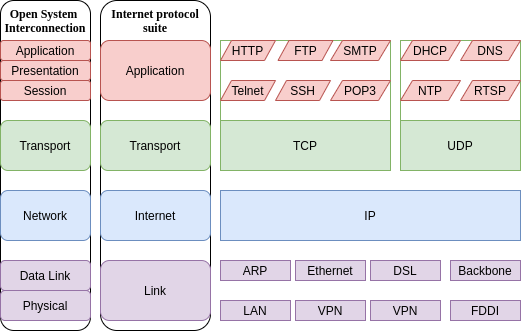
Before: images/Web_Layers.png, a diagram exported from draw.io (JAS0NHUANG/diary). Source tidied: cells renumbered, new cells last; positions are measured from the earlier drawing's top-left corner, leaving out a move shared by most shapes. Its diagram source:
```xml
<mxGraphModel>
  <root>
    <mxCell id="0" />
    <mxCell id="1" parent="0" />
    <mxCell id="2" style="rounded=1;whiteSpace=wrap;html=1;fillColor=none;fontFamily=Verdana;" parent="1" vertex="1">
      <mxGeometry x="100" width="110" height="330" as="geometry" />
    </mxCell>
    <mxCell id="3" style="rounded=1;whiteSpace=wrap;html=1;fillColor=none;fontFamily=Verdana;" parent="1" vertex="1">
      <mxGeometry width="90" height="330" as="geometry" />
    </mxCell>
    <mxCell id="4" style="rounded=0;whiteSpace=wrap;html=1;fontFamily=Verdana;fillColor=none;strokeColor=#82b366;" parent="1" vertex="1">
      <mxGeometry x="400" y="40" width="120" height="130" as="geometry" />
    </mxCell>
    <mxCell id="5" style="rounded=0;whiteSpace=wrap;html=1;fontFamily=Verdana;fillColor=none;strokeColor=#82b366;" parent="1" vertex="1">
      <mxGeometry x="220" y="40" width="170" height="130" as="geometry" />
    </mxCell>
    <mxCell id="6" value="Application" style="rounded=1;whiteSpace=wrap;html=1;fillColor=#f8cecc;strokeColor=#b85450;" parent="1" vertex="1">
      <mxGeometry x="100" y="40" width="110" height="60" as="geometry" />
    </mxCell>
    <mxCell id="7" value="Transport" style="rounded=1;whiteSpace=wrap;html=1;fillColor=#d5e8d4;strokeColor=#82b366;" parent="1" vertex="1">
      <mxGeometry x="100" y="120" width="110" height="50" as="geometry" />
    </mxCell>
    <mxCell id="8" value="Internet" style="rounded=1;whiteSpace=wrap;html=1;fillColor=#dae8fc;strokeColor=#6c8ebf;" parent="1" vertex="1">
      <mxGeometry x="100" y="190" width="110" height="50" as="geometry" />
    </mxCell>
    <mxCell id="9" value="Link" style="rounded=1;whiteSpace=wrap;html=1;fillColor=#e1d5e7;strokeColor=#9673a6;" parent="1" vertex="1">
      <mxGeometry x="100" y="260" width="110" height="60" as="geometry" />
    </mxCell>
    <mxCell id="10" value="&lt;b&gt;Internet protocol&lt;br&gt;&lt;div&gt;&lt;b&gt;suite&lt;/b&gt;&lt;/div&gt;&lt;/b&gt;" style="text;whiteSpace=wrap;html=1;align=center;fontFamily=Verdana;" parent="1" vertex="1">
      <mxGeometry x="100" width="110" height="40" as="geometry" />
    </mxCell>
    <mxCell id="11" value="&lt;span class=&quot;text_import2&quot;&gt;Open System &lt;br&gt;Interconnection&lt;/span&gt;" style="text;whiteSpace=wrap;html=1;align=center;fontFamily=Verdana;fontStyle=1;" parent="1" vertex="1">
      <mxGeometry width="90" height="50" as="geometry" />
    </mxCell>
    <mxCell id="12" value="Session" style="rounded=1;whiteSpace=wrap;html=1;fillColor=#f8cecc;strokeColor=#b85450;" parent="1" vertex="1">
      <mxGeometry y="80" width="90" height="20" as="geometry" />
    </mxCell>
    <mxCell id="13" value="Transport" style="rounded=1;whiteSpace=wrap;html=1;fillColor=#d5e8d4;strokeColor=#82b366;" parent="1" vertex="1">
      <mxGeometry y="120" width="90" height="50" as="geometry" />
    </mxCell>
    <mxCell id="14" value="Network" style="rounded=1;whiteSpace=wrap;html=1;fillColor=#dae8fc;strokeColor=#6c8ebf;" parent="1" vertex="1">
      <mxGeometry y="190" width="90" height="50" as="geometry" />
    </mxCell>
    <mxCell id="15" value="Data Link" style="rounded=1;whiteSpace=wrap;html=1;fillColor=#e1d5e7;strokeColor=#9673a6;" parent="1" vertex="1">
      <mxGeometry y="260" width="90" height="30" as="geometry" />
    </mxCell>
    <mxCell id="16" value="HTTP" style="shape=parallelogram;perimeter=parallelogramPerimeter;whiteSpace=wrap;html=1;fillColor=#f8cecc;strokeColor=#b85450;" parent="1" vertex="1">
      <mxGeometry x="220" y="40" width="55" height="20" as="geometry" />
    </mxCell>
    <mxCell id="17" value="FTP" style="shape=parallelogram;perimeter=parallelogramPerimeter;whiteSpace=wrap;html=1;fillColor=#f8cecc;strokeColor=#b85450;" parent="1" vertex="1">
      <mxGeometry x="277.5" y="40" width="55" height="20" as="geometry" />
    </mxCell>
    <mxCell id="18" value="SSH" style="shape=parallelogram;perimeter=parallelogramPerimeter;whiteSpace=wrap;html=1;fillColor=#f8cecc;strokeColor=#b85450;" parent="1" vertex="1">
      <mxGeometry x="275" y="80" width="55" height="20" as="geometry" />
    </mxCell>
    <mxCell id="19" value="SMTP" style="shape=parallelogram;perimeter=parallelogramPerimeter;whiteSpace=wrap;html=1;fillColor=#f8cecc;strokeColor=#b85450;" parent="1" vertex="1">
      <mxGeometry x="330" y="40" width="60" height="20" as="geometry" />
    </mxCell>
    <mxCell id="20" value="Telnet" style="shape=parallelogram;perimeter=parallelogramPerimeter;whiteSpace=wrap;html=1;fillColor=#f8cecc;strokeColor=#b85450;" parent="1" vertex="1">
      <mxGeometry x="220" y="80" width="55" height="20" as="geometry" />
    </mxCell>
    <mxCell id="21" value="DHCP" style="shape=parallelogram;perimeter=parallelogramPerimeter;whiteSpace=wrap;html=1;fillColor=#f8cecc;strokeColor=#b85450;" parent="1" vertex="1">
      <mxGeometry x="400" y="40" width="60" height="20" as="geometry" />
    </mxCell>
    <mxCell id="22" value="NTP" style="shape=parallelogram;perimeter=parallelogramPerimeter;whiteSpace=wrap;html=1;fillColor=#f8cecc;strokeColor=#b85450;" parent="1" vertex="1">
      <mxGeometry x="400" y="80" width="60" height="20" as="geometry" />
    </mxCell>
    <mxCell id="23" value="DNS" style="shape=parallelogram;perimeter=parallelogramPerimeter;whiteSpace=wrap;html=1;fillColor=#f8cecc;strokeColor=#b85450;" parent="1" vertex="1">
      <mxGeometry x="460" y="40" width="60" height="20" as="geometry" />
    </mxCell>
    <mxCell id="24" value="RTSP" style="shape=parallelogram;perimeter=parallelogramPerimeter;whiteSpace=wrap;html=1;fillColor=#f8cecc;strokeColor=#b85450;" parent="1" vertex="1">
      <mxGeometry x="460" y="80" width="60" height="20" as="geometry" />
    </mxCell>
    <mxCell id="25" value="TCP" style="rounded=0;whiteSpace=wrap;html=1;fillColor=#d5e8d4;strokeColor=#82b366;" parent="1" vertex="1">
      <mxGeometry x="220" y="120" width="170" height="50" as="geometry" />
    </mxCell>
    <mxCell id="26" value="UDP" style="rounded=0;whiteSpace=wrap;html=1;fillColor=#d5e8d4;strokeColor=#82b366;" parent="1" vertex="1">
      <mxGeometry x="400" y="120" width="120" height="50" as="geometry" />
    </mxCell>
    <mxCell id="27" value="IP" style="rounded=0;whiteSpace=wrap;html=1;fillColor=#dae8fc;strokeColor=#6c8ebf;" parent="1" vertex="1">
      <mxGeometry x="220" y="190" width="300" height="50" as="geometry" />
    </mxCell>
    <mxCell id="28" value="ARP" style="rounded=0;whiteSpace=wrap;html=1;fillColor=#e1d5e7;strokeColor=#9673a6;" parent="1" vertex="1">
      <mxGeometry x="220" y="260" width="70" height="20" as="geometry" />
    </mxCell>
    <mxCell id="29" value="Ethernet" style="rounded=0;whiteSpace=wrap;html=1;fillColor=#e1d5e7;strokeColor=#9673a6;" parent="1" vertex="1">
      <mxGeometry x="295" y="260" width="70" height="20" as="geometry" />
    </mxCell>
    <mxCell id="30" value="DSL" style="rounded=0;whiteSpace=wrap;html=1;fillColor=#e1d5e7;strokeColor=#9673a6;" parent="1" vertex="1">
      <mxGeometry x="370" y="260" width="70" height="20" as="geometry" />
    </mxCell>
    <mxCell id="31" value="Backbone" style="rounded=0;whiteSpace=wrap;html=1;fillColor=#e1d5e7;strokeColor=#9673a6;" parent="1" vertex="1">
      <mxGeometry x="450" y="260" width="70" height="20" as="geometry" />
    </mxCell>
    <mxCell id="32" value="&lt;span&gt;LAN&lt;/span&gt;" style="rounded=0;whiteSpace=wrap;html=1;fillColor=#e1d5e7;strokeColor=#9673a6;" parent="1" vertex="1">
      <mxGeometry x="220" y="300" width="70" height="20" as="geometry" />
    </mxCell>
    <mxCell id="33" value="&lt;span&gt;FDDI&lt;/span&gt;" style="rounded=0;whiteSpace=wrap;html=1;fillColor=#e1d5e7;strokeColor=#9673a6;" parent="1" vertex="1">
      <mxGeometry x="450" y="300" width="70" height="20" as="geometry" />
    </mxCell>
    <mxCell id="34" value="&lt;span&gt;VPN&lt;/span&gt;" style="rounded=0;whiteSpace=wrap;html=1;fillColor=#e1d5e7;strokeColor=#9673a6;" parent="1" vertex="1">
      <mxGeometry x="295" y="300" width="70" height="20" as="geometry" />
    </mxCell>
    <mxCell id="35" value="&lt;span&gt;VPN&lt;/span&gt;" style="rounded=0;whiteSpace=wrap;html=1;fillColor=#e1d5e7;strokeColor=#9673a6;" parent="1" vertex="1">
      <mxGeometry x="370" y="300" width="70" height="20" as="geometry" />
    </mxCell>
    <mxCell id="36" value="POP3" style="shape=parallelogram;perimeter=parallelogramPerimeter;whiteSpace=wrap;html=1;fillColor=#f8cecc;strokeColor=#b85450;" parent="1" vertex="1">
      <mxGeometry x="330" y="80" width="60" height="20" as="geometry" />
    </mxCell>
    <mxCell id="37" value="Presentation" style="rounded=1;whiteSpace=wrap;html=1;fillColor=#f8cecc;strokeColor=#b85450;" parent="1" vertex="1">
      <mxGeometry y="60" width="90" height="20" as="geometry" />
    </mxCell>
    <mxCell id="38" value="Application" style="rounded=1;whiteSpace=wrap;html=1;fillColor=#f8cecc;strokeColor=#b85450;" parent="1" vertex="1">
      <mxGeometry y="40" width="90" height="20" as="geometry" />
    </mxCell>
    <mxCell id="39" value="Physical" style="rounded=1;whiteSpace=wrap;html=1;fillColor=#e1d5e7;strokeColor=#9673a6;" parent="1" vertex="1">
      <mxGeometry y="290" width="90" height="30" as="geometry" />
    </mxCell>
  </root>
</mxGraphModel>
```
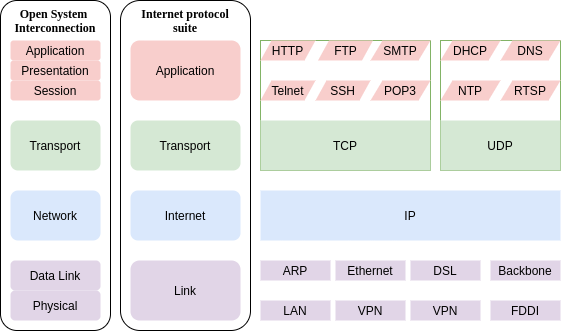
After the commit.

Diff of the diagram source:
```diff
@@ -3,10 +3,10 @@
     <mxCell id="0" />
     <mxCell id="1" parent="0" />
     <mxCell id="2" style="rounded=1;whiteSpace=wrap;html=1;fillColor=none;fontFamily=Verdana;" parent="1" vertex="1">
-      <mxGeometry x="100" width="110" height="330" as="geometry" />
+      <mxGeometry x="80" width="130" height="330" as="geometry" />
     </mxCell>
     <mxCell id="3" style="rounded=1;whiteSpace=wrap;html=1;fillColor=none;fontFamily=Verdana;" parent="1" vertex="1">
-      <mxGeometry width="90" height="330" as="geometry" />
+      <mxGeometry x="-40" width="110" height="330" as="geometry" />
     </mxCell>
     <mxCell id="4" style="rounded=0;whiteSpace=wrap;html=1;fontFamily=Verdana;fillColor=none;strokeColor=#82b366;" parent="1" vertex="1">
       <mxGeometry x="400" y="40" width="120" height="130" as="geometry" />
@@ -14,107 +14,107 @@
     <mxCell id="5" style="rounded=0;whiteSpace=wrap;html=1;fontFamily=Verdana;fillColor=none;strokeColor=#82b366;" parent="1" vertex="1">
       <mxGeometry x="220" y="40" width="170" height="130" as="geometry" />
     </mxCell>
-    <mxCell id="6" value="Application" style="rounded=1;whiteSpace=wrap;html=1;fillColor=#f8cecc;strokeColor=#b85450;" parent="1" vertex="1">
-      <mxGeometry x="100" y="40" width="110" height="60" as="geometry" />
+    <mxCell id="6" value="Application" style="rounded=1;whiteSpace=wrap;html=1;fillColor=#f8cecc;strokeColor=none;" parent="1" vertex="1">
+      <mxGeometry x="90" y="40" width="110" height="60" as="geometry" />
     </mxCell>
-    <mxCell id="7" value="Transport" style="rounded=1;whiteSpace=wrap;html=1;fillColor=#d5e8d4;strokeColor=#82b366;" parent="1" vertex="1">
-      <mxGeometry x="100" y="120" width="110" height="50" as="geometry" />
+    <mxCell id="7" value="Transport" style="rounded=1;whiteSpace=wrap;html=1;fillColor=#d5e8d4;strokeColor=none;" parent="1" vertex="1">
+      <mxGeometry x="90" y="120" width="110" height="50" as="geometry" />
     </mxCell>
-    <mxCell id="8" value="Internet" style="rounded=1;whiteSpace=wrap;html=1;fillColor=#dae8fc;strokeColor=#6c8ebf;" parent="1" vertex="1">
-      <mxGeometry x="100" y="190" width="110" height="50" as="geometry" />
+    <mxCell id="8" value="Internet" style="rounded=1;whiteSpace=wrap;html=1;fillColor=#dae8fc;strokeColor=none;" parent="1" vertex="1">
+      <mxGeometry x="90" y="190" width="110" height="50" as="geometry" />
     </mxCell>
-    <mxCell id="9" value="Link" style="rounded=1;whiteSpace=wrap;html=1;fillColor=#e1d5e7;strokeColor=#9673a6;" parent="1" vertex="1">
-      <mxGeometry x="100" y="260" width="110" height="60" as="geometry" />
+    <mxCell id="9" value="Link" style="rounded=1;whiteSpace=wrap;html=1;fillColor=#e1d5e7;strokeColor=none;" parent="1" vertex="1">
+      <mxGeometry x="90" y="260" width="110" height="60" as="geometry" />
     </mxCell>
     <mxCell id="10" value="&lt;b&gt;Internet protocol&lt;br&gt;&lt;div&gt;&lt;b&gt;suite&lt;/b&gt;&lt;/div&gt;&lt;/b&gt;" style="text;whiteSpace=wrap;html=1;align=center;fontFamily=Verdana;" parent="1" vertex="1">
-      <mxGeometry x="100" width="110" height="40" as="geometry" />
+      <mxGeometry x="90" width="110" height="40" as="geometry" />
     </mxCell>
     <mxCell id="11" value="&lt;span class=&quot;text_import2&quot;&gt;Open System &lt;br&gt;Interconnection&lt;/span&gt;" style="text;whiteSpace=wrap;html=1;align=center;fontFamily=Verdana;fontStyle=1;" parent="1" vertex="1">
-      <mxGeometry width="90" height="50" as="geometry" />
+      <mxGeometry x="-30" width="90" height="50" as="geometry" />
     </mxCell>
-    <mxCell id="12" value="Session" style="rounded=1;whiteSpace=wrap;html=1;fillColor=#f8cecc;strokeColor=#b85450;" parent="1" vertex="1">
-      <mxGeometry y="80" width="90" height="20" as="geometry" />
+    <mxCell id="12" value="Session" style="rounded=1;whiteSpace=wrap;html=1;fillColor=#f8cecc;strokeColor=none;" parent="1" vertex="1">
+      <mxGeometry x="-30" y="80" width="90" height="20" as="geometry" />
     </mxCell>
-    <mxCell id="13" value="Transport" style="rounded=1;whiteSpace=wrap;html=1;fillColor=#d5e8d4;strokeColor=#82b366;" parent="1" vertex="1">
-      <mxGeometry y="120" width="90" height="50" as="geometry" />
+    <mxCell id="13" value="Transport" style="rounded=1;whiteSpace=wrap;html=1;fillColor=#d5e8d4;strokeColor=none;" parent="1" vertex="1">
+      <mxGeometry x="-30" y="120" width="90" height="50" as="geometry" />
     </mxCell>
-    <mxCell id="14" value="Network" style="rounded=1;whiteSpace=wrap;html=1;fillColor=#dae8fc;strokeColor=#6c8ebf;" parent="1" vertex="1">
-      <mxGeometry y="190" width="90" height="50" as="geometry" />
+    <mxCell id="14" value="Network" style="rounded=1;whiteSpace=wrap;html=1;fillColor=#dae8fc;strokeColor=none;" parent="1" vertex="1">
+      <mxGeometry x="-30" y="190" width="90" height="50" as="geometry" />
     </mxCell>
-    <mxCell id="15" value="Data Link" style="rounded=1;whiteSpace=wrap;html=1;fillColor=#e1d5e7;strokeColor=#9673a6;" parent="1" vertex="1">
-      <mxGeometry y="260" width="90" height="30" as="geometry" />
+    <mxCell id="15" value="Data Link" style="rounded=1;whiteSpace=wrap;html=1;fillColor=#e1d5e7;strokeColor=none;" parent="1" vertex="1">
+      <mxGeometry x="-30" y="260" width="90" height="30" as="geometry" />
     </mxCell>
-    <mxCell id="16" value="HTTP" style="shape=parallelogram;perimeter=parallelogramPerimeter;whiteSpace=wrap;html=1;fillColor=#f8cecc;strokeColor=#b85450;" parent="1" vertex="1">
+    <mxCell id="16" value="HTTP" style="shape=parallelogram;perimeter=parallelogramPerimeter;whiteSpace=wrap;html=1;fillColor=#f8cecc;strokeColor=none;" parent="1" vertex="1">
       <mxGeometry x="220" y="40" width="55" height="20" as="geometry" />
     </mxCell>
-    <mxCell id="17" value="FTP" style="shape=parallelogram;perimeter=parallelogramPerimeter;whiteSpace=wrap;html=1;fillColor=#f8cecc;strokeColor=#b85450;" parent="1" vertex="1">
+    <mxCell id="17" value="FTP" style="shape=parallelogram;perimeter=parallelogramPerimeter;whiteSpace=wrap;html=1;fillColor=#f8cecc;strokeColor=none;" parent="1" vertex="1">
       <mxGeometry x="277.5" y="40" width="55" height="20" as="geometry" />
     </mxCell>
-    <mxCell id="18" value="SSH" style="shape=parallelogram;perimeter=parallelogramPerimeter;whiteSpace=wrap;html=1;fillColor=#f8cecc;strokeColor=#b85450;" parent="1" vertex="1">
+    <mxCell id="18" value="SSH" style="shape=parallelogram;perimeter=parallelogramPerimeter;whiteSpace=wrap;html=1;fillColor=#f8cecc;strokeColor=none;" parent="1" vertex="1">
       <mxGeometry x="275" y="80" width="55" height="20" as="geometry" />
     </mxCell>
-    <mxCell id="19" value="SMTP" style="shape=parallelogram;perimeter=parallelogramPerimeter;whiteSpace=wrap;html=1;fillColor=#f8cecc;strokeColor=#b85450;" parent="1" vertex="1">
+    <mxCell id="19" value="SMTP" style="shape=parallelogram;perimeter=parallelogramPerimeter;whiteSpace=wrap;html=1;fillColor=#f8cecc;strokeColor=none;" parent="1" vertex="1">
       <mxGeometry x="330" y="40" width="60" height="20" as="geometry" />
     </mxCell>
-    <mxCell id="20" value="Telnet" style="shape=parallelogram;perimeter=parallelogramPerimeter;whiteSpace=wrap;html=1;fillColor=#f8cecc;strokeColor=#b85450;" parent="1" vertex="1">
+    <mxCell id="20" value="Telnet" style="shape=parallelogram;perimeter=parallelogramPerimeter;whiteSpace=wrap;html=1;fillColor=#f8cecc;strokeColor=none;" parent="1" vertex="1">
       <mxGeometry x="220" y="80" width="55" height="20" as="geometry" />
     </mxCell>
-    <mxCell id="21" value="DHCP" style="shape=parallelogram;perimeter=parallelogramPerimeter;whiteSpace=wrap;html=1;fillColor=#f8cecc;strokeColor=#b85450;" parent="1" vertex="1">
+    <mxCell id="21" value="DHCP" style="shape=parallelogram;perimeter=parallelogramPerimeter;whiteSpace=wrap;html=1;fillColor=#f8cecc;strokeColor=none;" parent="1" vertex="1">
       <mxGeometry x="400" y="40" width="60" height="20" as="geometry" />
     </mxCell>
-    <mxCell id="22" value="NTP" style="shape=parallelogram;perimeter=parallelogramPerimeter;whiteSpace=wrap;html=1;fillColor=#f8cecc;strokeColor=#b85450;" parent="1" vertex="1">
+    <mxCell id="22" value="NTP" style="shape=parallelogram;perimeter=parallelogramPerimeter;whiteSpace=wrap;html=1;fillColor=#f8cecc;strokeColor=none;" parent="1" vertex="1">
       <mxGeometry x="400" y="80" width="60" height="20" as="geometry" />
     </mxCell>
-    <mxCell id="23" value="DNS" style="shape=parallelogram;perimeter=parallelogramPerimeter;whiteSpace=wrap;html=1;fillColor=#f8cecc;strokeColor=#b85450;" parent="1" vertex="1">
+    <mxCell id="23" value="DNS" style="shape=parallelogram;perimeter=parallelogramPerimeter;whiteSpace=wrap;html=1;fillColor=#f8cecc;strokeColor=none;" parent="1" vertex="1">
       <mxGeometry x="460" y="40" width="60" height="20" as="geometry" />
     </mxCell>
-    <mxCell id="24" value="RTSP" style="shape=parallelogram;perimeter=parallelogramPerimeter;whiteSpace=wrap;html=1;fillColor=#f8cecc;strokeColor=#b85450;" parent="1" vertex="1">
+    <mxCell id="24" value="RTSP" style="shape=parallelogram;perimeter=parallelogramPerimeter;whiteSpace=wrap;html=1;fillColor=#f8cecc;strokeColor=none;" parent="1" vertex="1">
       <mxGeometry x="460" y="80" width="60" height="20" as="geometry" />
     </mxCell>
-    <mxCell id="25" value="TCP" style="rounded=0;whiteSpace=wrap;html=1;fillColor=#d5e8d4;strokeColor=#82b366;" parent="1" vertex="1">
+    <mxCell id="25" value="TCP" style="rounded=0;whiteSpace=wrap;html=1;fillColor=#d5e8d4;strokeColor=none;" parent="1" vertex="1">
       <mxGeometry x="220" y="120" width="170" height="50" as="geometry" />
     </mxCell>
-    <mxCell id="26" value="UDP" style="rounded=0;whiteSpace=wrap;html=1;fillColor=#d5e8d4;strokeColor=#82b366;" parent="1" vertex="1">
+    <mxCell id="26" value="UDP" style="rounded=0;whiteSpace=wrap;html=1;fillColor=#d5e8d4;strokeColor=none;" parent="1" vertex="1">
       <mxGeometry x="400" y="120" width="120" height="50" as="geometry" />
     </mxCell>
-    <mxCell id="27" value="IP" style="rounded=0;whiteSpace=wrap;html=1;fillColor=#dae8fc;strokeColor=#6c8ebf;" parent="1" vertex="1">
+    <mxCell id="27" value="IP" style="rounded=0;whiteSpace=wrap;html=1;fillColor=#dae8fc;strokeColor=none;" parent="1" vertex="1">
       <mxGeometry x="220" y="190" width="300" height="50" as="geometry" />
     </mxCell>
-    <mxCell id="28" value="ARP" style="rounded=0;whiteSpace=wrap;html=1;fillColor=#e1d5e7;strokeColor=#9673a6;" parent="1" vertex="1">
+    <mxCell id="28" value="ARP" style="rounded=0;whiteSpace=wrap;html=1;fillColor=#e1d5e7;strokeColor=none;" parent="1" vertex="1">
       <mxGeometry x="220" y="260" width="70" height="20" as="geometry" />
     </mxCell>
-    <mxCell id="29" value="Ethernet" style="rounded=0;whiteSpace=wrap;html=1;fillColor=#e1d5e7;strokeColor=#9673a6;" parent="1" vertex="1">
+    <mxCell id="29" value="Ethernet" style="rounded=0;whiteSpace=wrap;html=1;fillColor=#e1d5e7;strokeColor=none;" parent="1" vertex="1">
       <mxGeometry x="295" y="260" width="70" height="20" as="geometry" />
     </mxCell>
-    <mxCell id="30" value="DSL" style="rounded=0;whiteSpace=wrap;html=1;fillColor=#e1d5e7;strokeColor=#9673a6;" parent="1" vertex="1">
+    <mxCell id="30" value="DSL" style="rounded=0;whiteSpace=wrap;html=1;fillColor=#e1d5e7;strokeColor=none;" parent="1" vertex="1">
       <mxGeometry x="370" y="260" width="70" height="20" as="geometry" />
     </mxCell>
-    <mxCell id="31" value="Backbone" style="rounded=0;whiteSpace=wrap;html=1;fillColor=#e1d5e7;strokeColor=#9673a6;" parent="1" vertex="1">
+    <mxCell id="31" value="Backbone" style="rounded=0;whiteSpace=wrap;html=1;fillColor=#e1d5e7;strokeColor=none;" parent="1" vertex="1">
       <mxGeometry x="450" y="260" width="70" height="20" as="geometry" />
     </mxCell>
-    <mxCell id="32" value="&lt;span&gt;LAN&lt;/span&gt;" style="rounded=0;whiteSpace=wrap;html=1;fillColor=#e1d5e7;strokeColor=#9673a6;" parent="1" vertex="1">
+    <mxCell id="32" value="&lt;span&gt;LAN&lt;/span&gt;" style="rounded=0;whiteSpace=wrap;html=1;fillColor=#e1d5e7;strokeColor=none;" parent="1" vertex="1">
       <mxGeometry x="220" y="300" width="70" height="20" as="geometry" />
     </mxCell>
-    <mxCell id="33" value="&lt;span&gt;FDDI&lt;/span&gt;" style="rounded=0;whiteSpace=wrap;html=1;fillColor=#e1d5e7;strokeColor=#9673a6;" parent="1" vertex="1">
+    <mxCell id="33" value="&lt;span&gt;FDDI&lt;/span&gt;" style="rounded=0;whiteSpace=wrap;html=1;fillColor=#e1d5e7;strokeColor=none;" parent="1" vertex="1">
       <mxGeometry x="450" y="300" width="70" height="20" as="geometry" />
     </mxCell>
-    <mxCell id="34" value="&lt;span&gt;VPN&lt;/span&gt;" style="rounded=0;whiteSpace=wrap;html=1;fillColor=#e1d5e7;strokeColor=#9673a6;" parent="1" vertex="1">
+    <mxCell id="34" value="&lt;span&gt;VPN&lt;/span&gt;" style="rounded=0;whiteSpace=wrap;html=1;fillColor=#e1d5e7;strokeColor=none;" parent="1" vertex="1">
       <mxGeometry x="295" y="300" width="70" height="20" as="geometry" />
     </mxCell>
-    <mxCell id="35" value="&lt;span&gt;VPN&lt;/span&gt;" style="rounded=0;whiteSpace=wrap;html=1;fillColor=#e1d5e7;strokeColor=#9673a6;" parent="1" vertex="1">
+    <mxCell id="35" value="&lt;span&gt;VPN&lt;/span&gt;" style="rounded=0;whiteSpace=wrap;html=1;fillColor=#e1d5e7;strokeColor=none;" parent="1" vertex="1">
       <mxGeometry x="370" y="300" width="70" height="20" as="geometry" />
     </mxCell>
-    <mxCell id="36" value="POP3" style="shape=parallelogram;perimeter=parallelogramPerimeter;whiteSpace=wrap;html=1;fillColor=#f8cecc;strokeColor=#b85450;" parent="1" vertex="1">
+    <mxCell id="36" value="POP3" style="shape=parallelogram;perimeter=parallelogramPerimeter;whiteSpace=wrap;html=1;fillColor=#f8cecc;strokeColor=none;" parent="1" vertex="1">
       <mxGeometry x="330" y="80" width="60" height="20" as="geometry" />
     </mxCell>
-    <mxCell id="37" value="Presentation" style="rounded=1;whiteSpace=wrap;html=1;fillColor=#f8cecc;strokeColor=#b85450;" parent="1" vertex="1">
-      <mxGeometry y="60" width="90" height="20" as="geometry" />
+    <mxCell id="37" value="Presentation" style="rounded=1;whiteSpace=wrap;html=1;fillColor=#f8cecc;strokeColor=none;" parent="1" vertex="1">
+      <mxGeometry x="-30" y="60" width="90" height="20" as="geometry" />
     </mxCell>
-    <mxCell id="38" value="Application" style="rounded=1;whiteSpace=wrap;html=1;fillColor=#f8cecc;strokeColor=#b85450;" parent="1" vertex="1">
-      <mxGeometry y="40" width="90" height="20" as="geometry" />
+    <mxCell id="38" value="Application" style="rounded=1;whiteSpace=wrap;html=1;fillColor=#f8cecc;strokeColor=none;" parent="1" vertex="1">
+      <mxGeometry x="-30" y="40" width="90" height="20" as="geometry" />
     </mxCell>
-    <mxCell id="39" value="Physical" style="rounded=1;whiteSpace=wrap;html=1;fillColor=#e1d5e7;strokeColor=#9673a6;" parent="1" vertex="1">
-      <mxGeometry y="290" width="90" height="30" as="geometry" />
+    <mxCell id="39" value="Physical" style="rounded=1;whiteSpace=wrap;html=1;fillColor=#e1d5e7;strokeColor=none;" parent="1" vertex="1">
+      <mxGeometry x="-30" y="290" width="90" height="30" as="geometry" />
     </mxCell>
   </root>
 </mxGraphModel>
```
